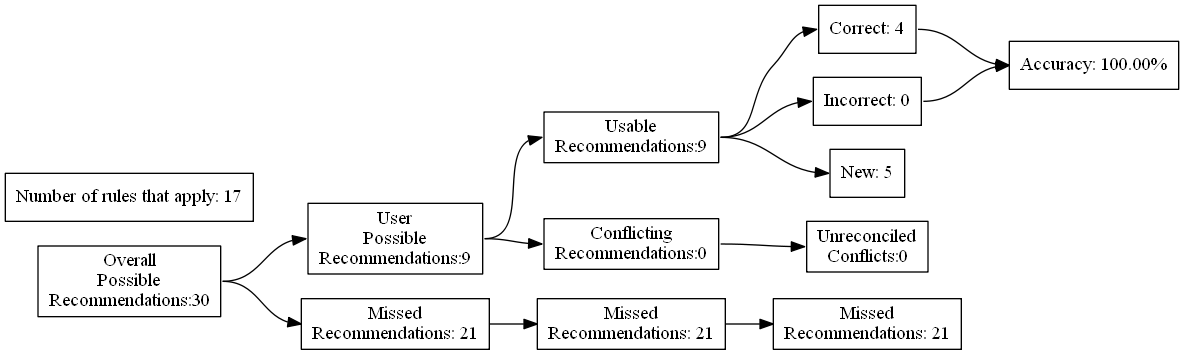
Before: test_renders/16.gv.png, a diagram exported from Graphviz (ZaxR/ibd_diet_analysis). Its source is kept beside it as test_renders/16.gv.
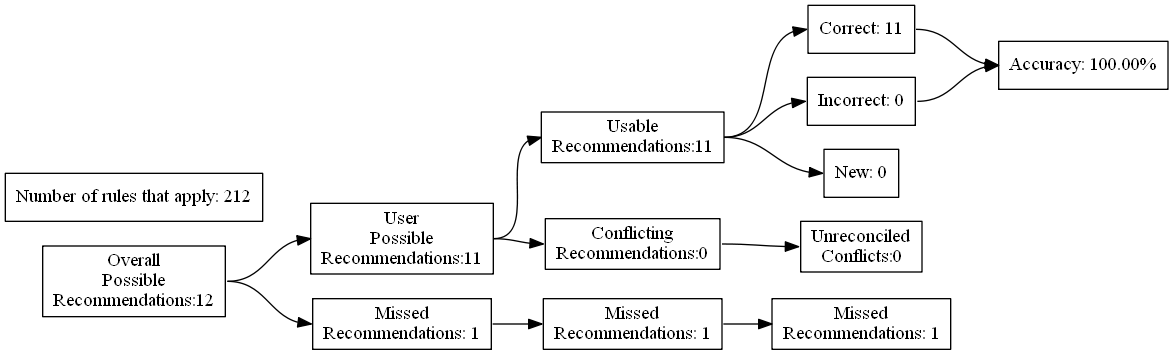
The same file after the commit.

What changed in the source:
```diff
@@ -4,27 +4,27 @@
 	edge [headport=w tailport=e]
 		A [label="Overall
 Possible
-Recommendations:30"]
+Recommendations:12"]
 		B [label="User
 Possible
-Recommendations:9"]
+Recommendations:11"]
 		C [label="Missed
-Recommendations: 21"]
+Recommendations: 1"]
 		D [label="Usable
-Recommendations:9"]
+Recommendations:11"]
 		E [label="Conflicting
 Recommendations:0"]
 		J [label="Missed
-Recommendations: 21"]
+Recommendations: 1"]
 		M [label="Unreconciled
 Conflicts:0"]
-		F [label="Correct: 4"]
+		F [label="Correct: 11"]
 		G [label="Incorrect: 0"]
-		H [label="New: 5"]
+		H [label="New: 0"]
 		K [label="Missed
-Recommendations: 21"]
+Recommendations: 1"]
 		I [label="Accuracy: 100.00%"]
-		l [label="Number of rules that apply: 17"]
+		l [label="Number of rules that apply: 212"]
 			A -> B
 			A -> C
 			B -> D
```
